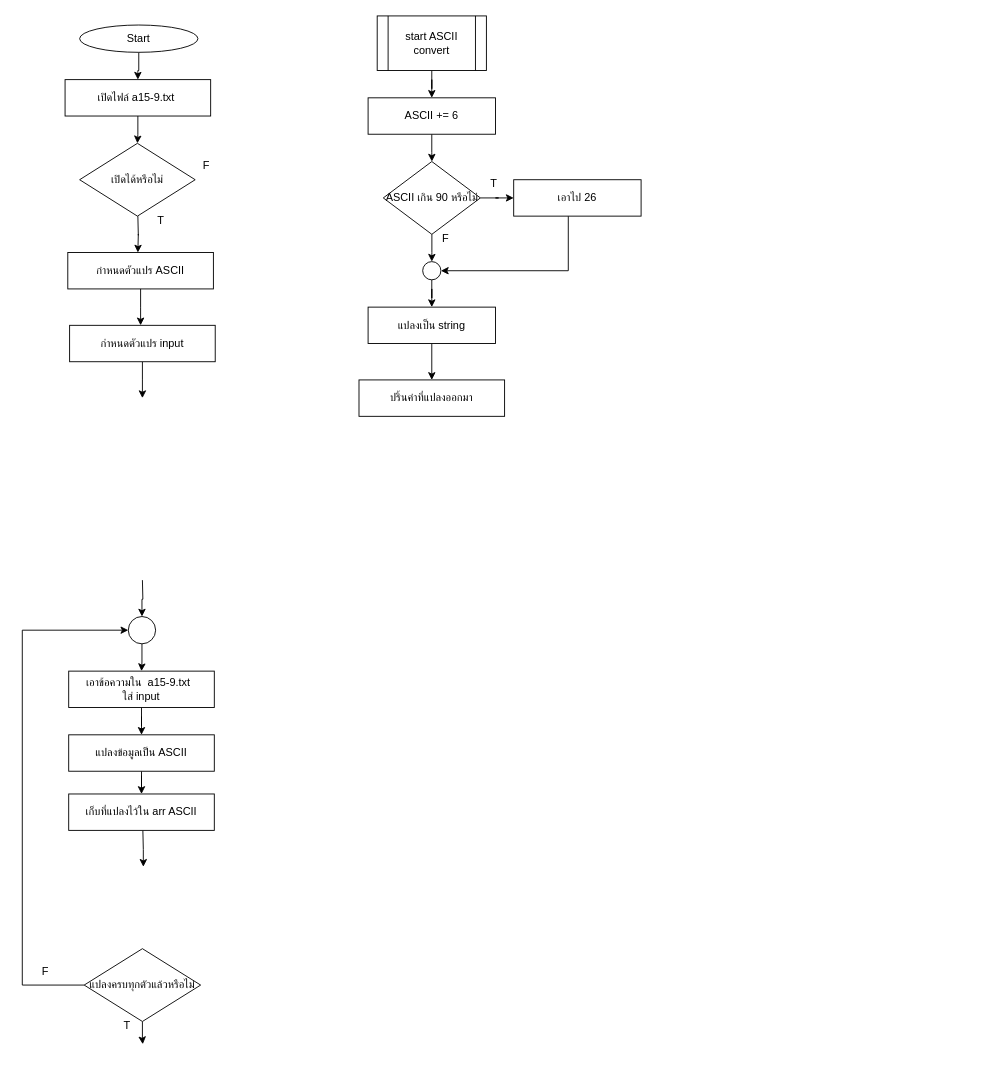
The draw.io diagram HW/HW15/hw15-9/hw15-9.drawio in aphiwat-window/ENGCE117, before the edit. Source tidied: cells renumbered, new cells numbered last; positions are measured from the earlier drawing's top-left corner, leaving out a move shared by most shapes. Both pictures are drawn from the tidied source at 91%, with x=0, y=0 at pixel (22, 15).
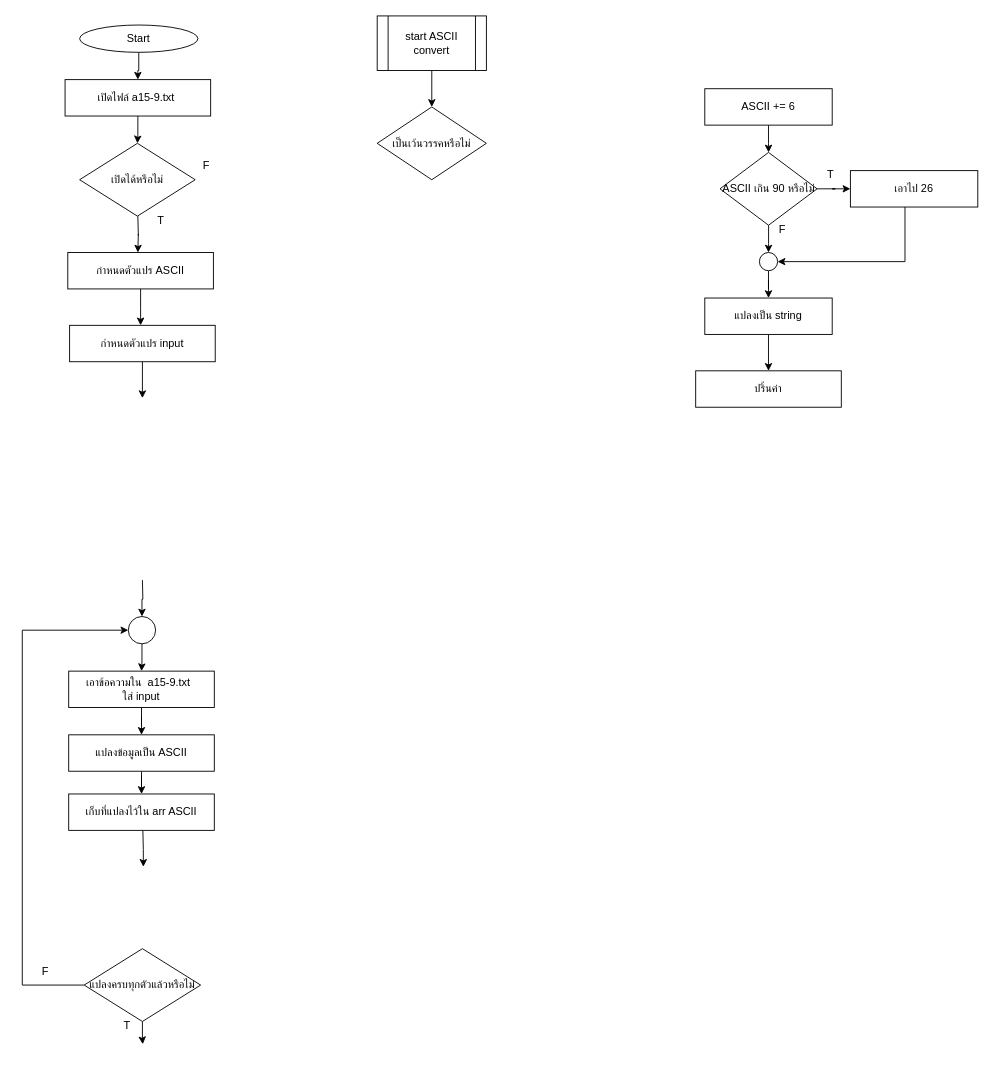
The same page after the edit.

The change refers to these unchanged cells:
```xml
<mxCell id="29" value="start ASCII convert" style="shape=process;whiteSpace=wrap;html=1;backgroundOutline=1;" parent="1" vertex="1">
  <mxGeometry x="390" width="120" height="60" as="geometry" />
</mxCell>
```

Change to the diagram source:
```diff
@@
-    <mxCell id="28" style="edgeStyle=orthogonalEdgeStyle;rounded=0;jettySize=auto;html=1;" parent="1" edge="1" source="29" target="31">
-      <mxGeometry relative="1" as="geometry" />
-    </mxCell>
+    <mxCell id="44" style="edgeStyle=orthogonalEdgeStyle;rounded=0;jettySize=auto;html=1;" parent="1" edge="1" source="29" target="45">
+      <mxGeometry relative="1" as="geometry" />
+    </mxCell>
@@
     <mxCell id="31" value="ASCII += 6" style="rounded=0;whiteSpace=wrap;html=1;" parent="1" vertex="1">
-      <mxGeometry x="380" y="90" width="140" height="40" as="geometry" />
+      <mxGeometry x="750" y="80" width="140" height="40" as="geometry" />
     </mxCell>
@@
     <mxCell id="34" value="ASCII เกิน 90 หรือไม่" style="rhombus;whiteSpace=wrap;html=1;" parent="1" vertex="1">
-      <mxGeometry x="396.7" y="160" width="106.7" height="80" as="geometry" />
+      <mxGeometry x="766.7" y="150" width="106.7" height="80" as="geometry" />
     </mxCell>
@@
     <mxCell id="36" value="แปลงเป็น string" style="rounded=0;whiteSpace=wrap;html=1;" parent="1" vertex="1">
-      <mxGeometry x="380" y="320" width="140" height="40" as="geometry" />
+      <mxGeometry x="750" y="310" width="140" height="40" as="geometry" />
     </mxCell>
     <mxCell id="37" style="edgeStyle=orthogonalEdgeStyle;rounded=0;jettySize=auto;html=1;entryX=1;entryY=0.5;entryDx=0;entryDy=0;" parent="1" edge="1" source="38" target="42">
       <mxGeometry relative="1" as="geometry">
         <Array as="points">
-          <mxPoint x="600" y="280" />
+          <mxPoint x="970" y="270" />
         </Array>
       </mxGeometry>
     </mxCell>
     <mxCell id="38" value="เอาไป 26" style="rounded=0;whiteSpace=wrap;html=1;" parent="1" vertex="1">
-      <mxGeometry x="540" y="180" width="140" height="40" as="geometry" />
+      <mxGeometry x="910" y="170" width="140" height="40" as="geometry" />
     </mxCell>
     <mxCell id="39" value="T" style="text;html=1;align=center;verticalAlign=middle;strokeColor=none;fillColor=none;" parent="1" vertex="1">
-      <mxGeometry x="503.3" y="170" width="30" height="30" as="geometry" />
+      <mxGeometry x="873.3" y="160" width="30" height="30" as="geometry" />
     </mxCell>
     <mxCell id="40" value="F" style="text;html=1;align=center;verticalAlign=middle;strokeColor=none;fillColor=none;" parent="1" vertex="1">
-      <mxGeometry x="450" y="230" width="30" height="30" as="geometry" />
+      <mxGeometry x="820" y="220" width="30" height="30" as="geometry" />
     </mxCell>
@@
     <mxCell id="42" style="ellipse;whiteSpace=wrap;html=1;" parent="1" vertex="1">
-      <mxGeometry x="440" y="270" width="20" height="20" as="geometry" />
+      <mxGeometry x="810" y="260" width="20" height="20" as="geometry" />
     </mxCell>
-    <mxCell id="43" value="ปริ้นค่าที่แปลงออกมา" style="rounded=0;whiteSpace=wrap;html=1;" parent="1" vertex="1">
-      <mxGeometry x="370" y="400" width="160" height="40" as="geometry" />
+    <mxCell id="43" value="ปริ้นค่า" style="rounded=0;whiteSpace=wrap;html=1;" parent="1" vertex="1">
+      <mxGeometry x="740" y="390" width="160" height="40" as="geometry" />
     </mxCell>
+    <mxCell id="45" value="เป็นเว้นวรรคหรือไม่" style="rhombus;whiteSpace=wrap;html=1;" parent="1" vertex="1">
+      <mxGeometry x="390" y="100" width="120" height="80" as="geometry" />
+    </mxCell>
```
